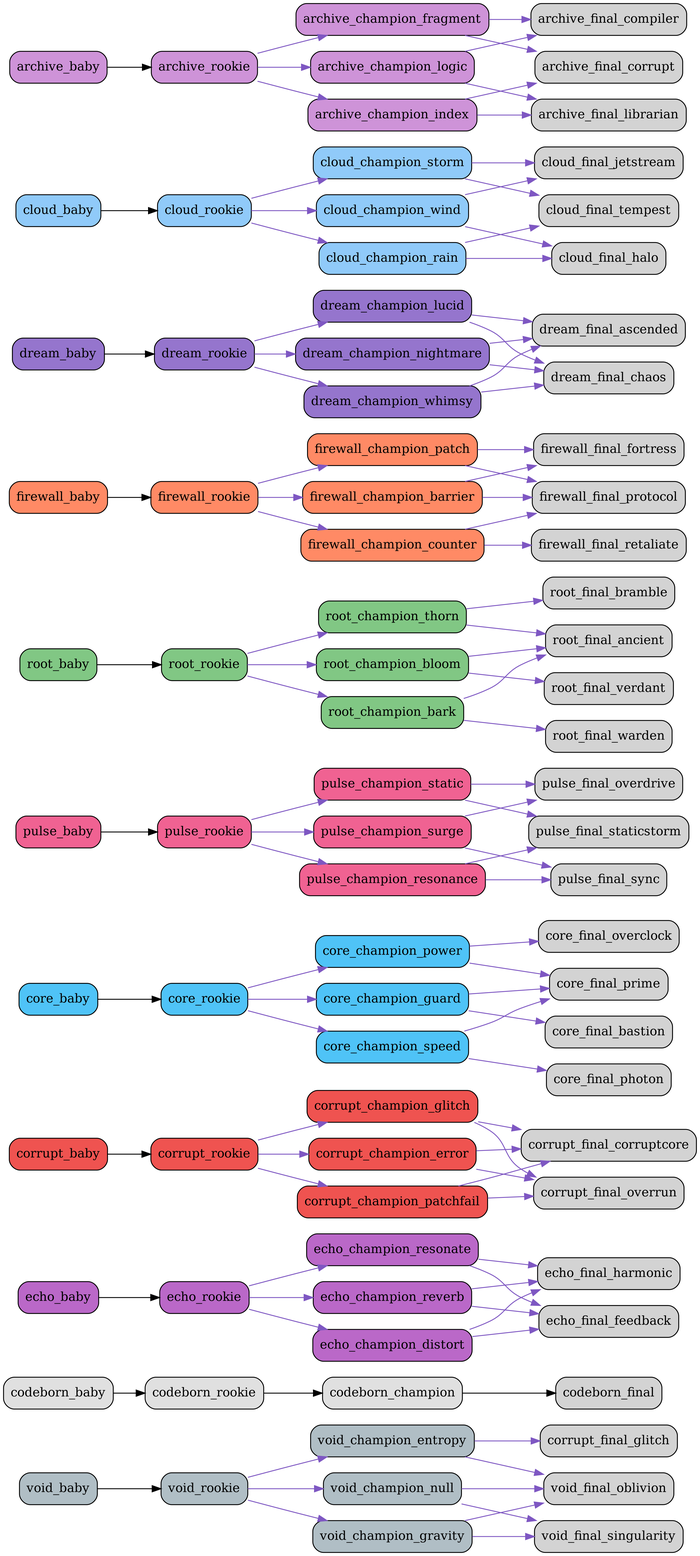
Before: src/netgrid/systems/evolution/graphs/full/evolution_graph.png, a diagram exported from Graphviz (bwlight/NetGrid). Its source is kept beside it as src/netgrid/systems/evolution/graphs/full/evolution_graph.dot.
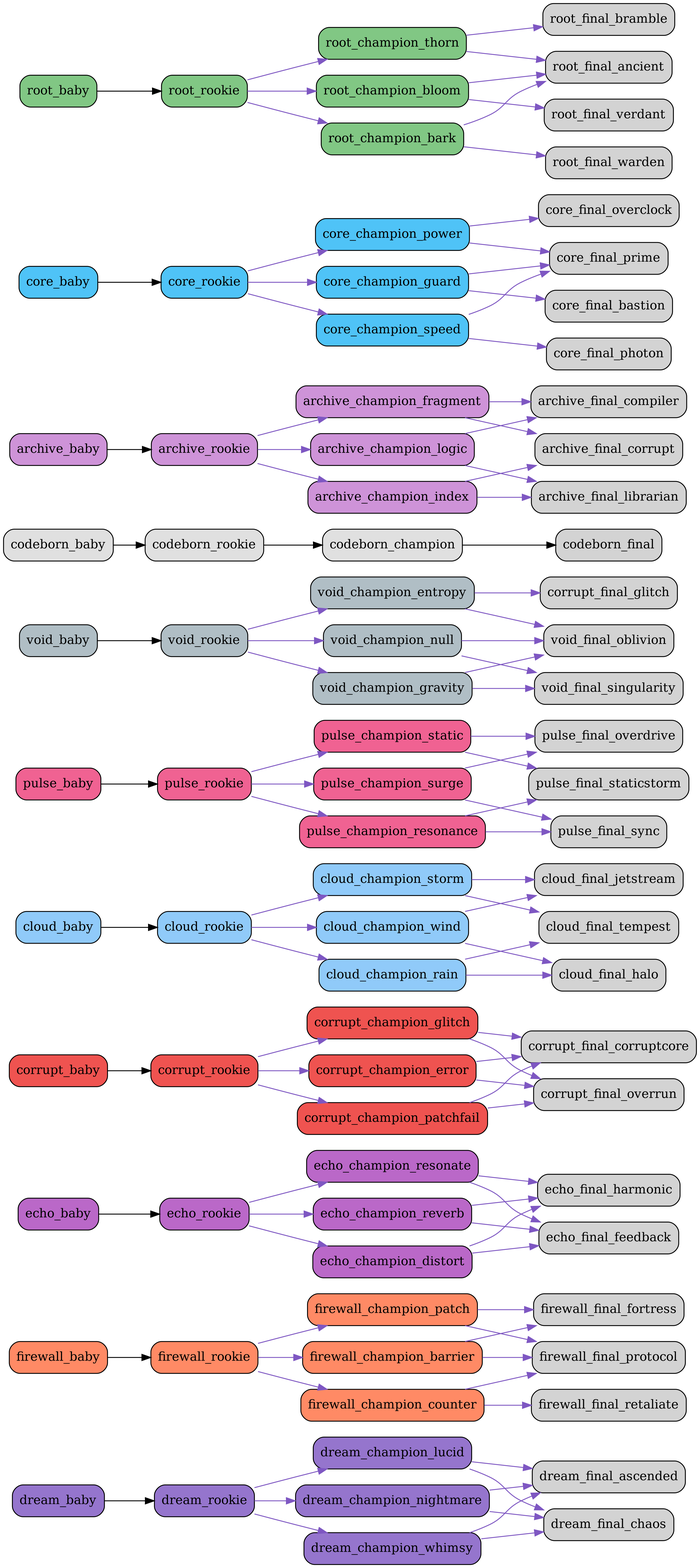
After the change.

Commit message:
Auto-update evolution graphs

What changed in the source:
```diff
@@ -1,27 +1,36 @@
 digraph EvolutionTree {
   rankdir=LR;
   node [shape=box, style="rounded,filled"];
-  "void_baby" [fillcolor="#b0bec5"];
-  "void_baby" -> "void_rookie";
-  "void_rookie" [fillcolor="#b0bec5"];
-  "void_rookie" -> "void_champion_entropy" [color="#7e57c2"];
-  "void_rookie" -> "void_champion_gravity" [color="#7e57c2"];
-  "void_rookie" -> "void_champion_null" [color="#7e57c2"];
-  "void_champion_entropy" [fillcolor="#b0bec5"];
-  "void_champion_entropy" -> "corrupt_final_glitch" [color="#7e57c2"];
-  "void_champion_entropy" -> "void_final_oblivion" [color="#7e57c2"];
-  "void_champion_gravity" [fillcolor="#b0bec5"];
-  "void_champion_gravity" -> "void_final_singularity" [color="#7e57c2"];
-  "void_champion_gravity" -> "void_final_oblivion" [color="#7e57c2"];
-  "void_champion_null" [fillcolor="#b0bec5"];
-  "void_champion_null" -> "void_final_oblivion" [color="#7e57c2"];
-  "void_champion_null" -> "void_final_singularity" [color="#7e57c2"];
-  "codeborn_baby" [fillcolor="#e0e0e0"];
-  "codeborn_baby" -> "codeborn_rookie";
-  "codeborn_rookie" [fillcolor="#e0e0e0"];
-  "codeborn_rookie" -> "codeborn_champion";
-  "codeborn_champion" [fillcolor="#e0e0e0"];
-  "codeborn_champion" -> "codeborn_final";
+  "dream_baby" [fillcolor="#9575cd"];
+  "dream_baby" -> "dream_rookie";
+  "dream_rookie" [fillcolor="#9575cd"];
+  "dream_rookie" -> "dream_champion_lucid" [color="#7e57c2"];
+  "dream_rookie" -> "dream_champion_nightmare" [color="#7e57c2"];
+  "dream_rookie" -> "dream_champion_whimsy" [color="#7e57c2"];
+  "dream_champion_lucid" [fillcolor="#9575cd"];
+  "dream_champion_lucid" -> "dream_final_ascended" [color="#7e57c2"];
+  "dream_champion_lucid" -> "dream_final_chaos" [color="#7e57c2"];
+  "dream_champion_nightmare" [fillcolor="#9575cd"];
+  "dream_champion_nightmare" -> "dream_final_chaos" [color="#7e57c2"];
+  "dream_champion_nightmare" -> "dream_final_ascended" [color="#7e57c2"];
+  "dream_champion_whimsy" [fillcolor="#9575cd"];
+  "dream_champion_whimsy" -> "dream_final_ascended" [color="#7e57c2"];
+  "dream_champion_whimsy" -> "dream_final_chaos" [color="#7e57c2"];
+  "firewall_baby" [fillcolor="#ff8a65"];
+  "firewall_baby" -> "firewall_rookie";
+  "firewall_rookie" [fillcolor="#ff8a65"];
+  "firewall_rookie" -> "firewall_champion_barrier" [color="#7e57c2"];
+  "firewall_rookie" -> "firewall_champion_counter" [color="#7e57c2"];
+  "firewall_rookie" -> "firewall_champion_patch" [color="#7e57c2"];
+  "firewall_champion_barrier" [fillcolor="#ff8a65"];
+  "firewall_champion_barrier" -> "firewall_final_fortress" [color="#7e57c2"];
+  "firewall_champion_barrier" -> "firewall_final_protocol" [color="#7e57c2"];
+  "firewall_champion_counter" [fillcolor="#ff8a65"];
+  "firewall_champion_counter" -> "firewall_final_retaliate" [color="#7e57c2"];
+  "firewall_champion_counter" -> "firewall_final_protocol" [color="#7e57c2"];
+  "firewall_champion_patch" [fillcolor="#ff8a65"];
+  "firewall_champion_patch" -> "firewall_final_protocol" [color="#7e57c2"];
+  "firewall_champion_patch" -> "firewall_final_fortress" [color="#7e57c2"];
   "echo_baby" [fillcolor="#ba68c8"];
   "echo_baby" -> "echo_rookie";
   "echo_rookie" [fillcolor="#ba68c8"];
@@ -52,6 +61,72 @@
   "corrupt_champion_patchfail" [fillcolor="#ef5350"];
   "corrupt_champion_patchfail" -> "corrupt_final_corruptcore" [color="#7e57c2"];
   "corrupt_champion_patchfail" -> "corrupt_final_overrun" [color="#7e57c2"];
+  "cloud_baby" [fillcolor="#90caf9"];
+  "cloud_baby" -> "cloud_rookie";
+  "cloud_rookie" [fillcolor="#90caf9"];
+  "cloud_rookie" -> "cloud_champion_wind" [color="#7e57c2"];
+  "cloud_rookie" -> "cloud_champion_rain" [color="#7e57c2"];
+  "cloud_rookie" -> "cloud_champion_storm" [color="#7e57c2"];
+  "cloud_champion_wind" [fillcolor="#90caf9"];
+  "cloud_champion_wind" -> "cloud_final_jetstream" [color="#7e57c2"];
+  "cloud_champion_wind" -> "cloud_final_halo" [color="#7e57c2"];
+  "cloud_champion_rain" [fillcolor="#90caf9"];
+  "cloud_champion_rain" -> "cloud_final_halo" [color="#7e57c2"];
+  "cloud_champion_rain" -> "cloud_final_tempest" [color="#7e57c2"];
+  "cloud_champion_storm" [fillcolor="#90caf9"];
+  "cloud_champion_storm" -> "cloud_final_tempest" [color="#7e57c2"];
+  "cloud_champion_storm" -> "cloud_final_jetstream" [color="#7e57c2"];
+  "pulse_baby" [fillcolor="#f06292"];
+  "pulse_baby" -> "pulse_rookie";
+  "pulse_rookie" [fillcolor="#f06292"];
+  "pulse_rookie" -> "pulse_champion_surge" [color="#7e57c2"];
+  "pulse_rookie" -> "pulse_champion_resonance" [color="#7e57c2"];
+  "pulse_rookie" -> "pulse_champion_static" [color="#7e57c2"];
+  "pulse_champion_surge" [fillcolor="#f06292"];
+  "pulse_champion_surge" -> "pulse_final_overdrive" [color="#7e57c2"];
+  "pulse_champion_surge" -> "pulse_final_sync" [color="#7e57c2"];
+  "pulse_champion_resonance" [fillcolor="#f06292"];
+  "pulse_champion_resonance" -> "pulse_final_sync" [color="#7e57c2"];
+  "pulse_champion_resonance" -> "pulse_final_staticstorm" [color="#7e57c2"];
+  "pulse_champion_static" [fillcolor="#f06292"];
+  "pulse_champion_static" -> "pulse_final_staticstorm" [color="#7e57c2"];
+  "pulse_champion_static" -> "pulse_final_overdrive" [color="#7e57c2"];
+  "void_baby" [fillcolor="#b0bec5"];
+  "void_baby" -> "void_rookie";
+  "void_rookie" [fillcolor="#b0bec5"];
+  "void_rookie" -> "void_champion_entropy" [color="#7e57c2"];
+  "void_rookie" -> "void_champion_gravity" [color="#7e57c2"];
+  "void_rookie" -> "void_champion_null" [color="#7e57c2"];
+  "void_champion_entropy" [fillcolor="#b0bec5"];
+  "void_champion_entropy" -> "corrupt_final_glitch" [color="#7e57c2"];
+  "void_champion_entropy" -> "void_final_oblivion" [color="#7e57c2"];
+  "void_champion_gravity" [fillcolor="#b0bec5"];
+  "void_champion_gravity" -> "void_final_singularity" [color="#7e57c2"];
+  "void_champion_gravity" -> "void_final_oblivion" [color="#7e57c2"];
+  "void_champion_null" [fillcolor="#b0bec5"];
+  "void_champion_null" -> "void_final_oblivion" [color="#7e57c2"];
+  "void_champion_null" -> "void_final_singularity" [color="#7e57c2"];
+  "codeborn_baby" [fillcolor="#e0e0e0"];
+  "codeborn_baby" -> "codeborn_rookie";
+  "codeborn_rookie" [fillcolor="#e0e0e0"];
+  "codeborn_rookie" -> "codeborn_champion";
+  "codeborn_champion" [fillcolor="#e0e0e0"];
+  "codeborn_champion" -> "codeborn_final";
+  "archive_baby" [fillcolor="#ce93d8"];
+  "archive_baby" -> "archive_rookie";
+  "archive_rookie" [fillcolor="#ce93d8"];
+  "archive_rookie" -> "archive_champion_logic" [color="#7e57c2"];
+  "archive_rookie" -> "archive_champion_index" [color="#7e57c2"];
+  "archive_rookie" -> "archive_champion_fragment" [color="#7e57c2"];
+  "archive_champion_logic" [fillcolor="#ce93d8"];
+  "archive_champion_logic" -> "archive_final_compiler" [color="#7e57c2"];
+  "archive_champion_logic" -> "archive_final_librarian" [color="#7e57c2"];
+  "archive_champion_index" [fillcolor="#ce93d8"];
+  "archive_champion_index" -> "archive_final_librarian" [color="#7e57c2"];
+  "archive_champion_index" -> "archive_final_corrupt" [color="#7e57c2"];
+  "archive_champion_fragment" [fillcolor="#ce93d8"];
+  "archive_champion_fragment" -> "archive_final_corrupt" [color="#7e57c2"];
+  "archive_champion_fragment" -> "archive_final_compiler" [color="#7e57c2"];
   "core_baby" [fillcolor="#4fc3f7"];
   "core_baby" -> "core_rookie";
   "core_rookie" [fillcolor="#4fc3f7"];
@@ -67,21 +142,6 @@
   "core_champion_speed" [fillcolor="#4fc3f7"];
   "core_champion_speed" -> "core_final_photon" [color="#7e57c2"];
   "core_champion_speed" -> "core_final_prime" [color="#7e57c2"];
-  "pulse_baby" [fillcolor="#f06292"];
-  "pulse_baby" -> "pulse_rookie";
-  "pulse_rookie" [fillcolor="#f06292"];
-  "pulse_rookie" -> "pulse_champion_surge" [color="#7e57c2"];
-  "pulse_rookie" -> "pulse_champion_resonance" [color="#7e57c2"];
-  "pulse_rookie" -> "pulse_champion_static" [color="#7e57c2"];
-  "pulse_champion_surge" [fillcolor="#f06292"];
-  "pulse_champion_surge" -> "pulse_final_overdrive" [color="#7e57c2"];
-  "pulse_champion_surge" -> "pulse_final_sync" [color="#7e57c2"];
-  "pulse_champion_resonance" [fillcolor="#f06292"];
-  "pulse_champion_resonance" -> "pulse_final_sync" [color="#7e57c2"];
-  "pulse_champion_resonance" -> "pulse_final_staticstorm" [color="#7e57c2"];
-  "pulse_champion_static" [fillcolor="#f06292"];
-  "pulse_champion_static" -> "pulse_final_staticstorm" [color="#7e57c2"];
-  "pulse_champion_static" -> "pulse_final_overdrive" [color="#7e57c2"];
   "root_baby" [fillcolor="#81c784"];
   "root_baby" -> "root_rookie";
   "root_rookie" [fillcolor="#81c784"];
@@ -97,64 +157,4 @@
   "root_champion_bark" [fillcolor="#81c784"];
   "root_champion_bark" -> "root_final_warden" [color="#7e57c2"];
   "root_champion_bark" -> "root_final_ancient" [color="#7e57c2"];
-  "firewall_baby" [fillcolor="#ff8a65"];
-  "firewall_baby" -> "firewall_rookie";
-  "firewall_rookie" [fillcolor="#ff8a65"];
-  "firewall_rookie" -> "firewall_champion_barrier" [color="#7e57c2"];
-  "firewall_rookie" -> "firewall_champion_counter" [color="#7e57c2"];
-  "firewall_rookie" -> "firewall_champion_patch" [color="#7e57c2"];
-  "firewall_champion_barrier" [fillcolor="#ff8a65"];
-  "firewall_champion_barrier" -> "firewall_final_fortress" [color="#7e57c2"];
-  "firewall_champion_barrier" -> "firewall_final_protocol" [color="#7e57c2"];
-  "firewall_champion_counter" [fillcolor="#ff8a65"];
-  "firewall_champion_counter" -> "firewall_final_retaliate" [color="#7e57c2"];
-  "firewall_champion_counter" -> "firewall_final_protocol" [color="#7e57c2"];
-  "firewall_champion_patch" [fillcolor="#ff8a65"];
-  "firewall_champion_patch" -> "firewall_final_protocol" [color="#7e57c2"];
-  "firewall_champion_patch" -> "firewall_final_fortress" [color="#7e57c2"];
-  "dream_baby" [fillcolor="#9575cd"];
-  "dream_baby" -> "dream_rookie";
-  "dream_rookie" [fillcolor="#9575cd"];
-  "dream_rookie" -> "dream_champion_lucid" [color="#7e57c2"];
-  "dream_rookie" -> "dream_champion_nightmare" [color="#7e57c2"];
-  "dream_rookie" -> "dream_champion_whimsy" [color="#7e57c2"];
-  "dream_champion_lucid" [fillcolor="#9575cd"];
-  "dream_champion_lucid" -> "dream_final_ascended" [color="#7e57c2"];
-  "dream_champion_lucid" -> "dream_final_chaos" [color="#7e57c2"];
-  "dream_champion_nightmare" [fillcolor="#9575cd"];
-  "dream_champion_nightmare" -> "dream_final_chaos" [color="#7e57c2"];
-  "dream_champion_nightmare" -> "dream_final_ascended" [color="#7e57c2"];
-  "dream_champion_whimsy" [fillcolor="#9575cd"];
-  "dream_champion_whimsy" -> "dream_final_ascended" [color="#7e57c2"];
-  "dream_champion_whimsy" -> "dream_final_chaos" [color="#7e57c2"];
-  "cloud_baby" [fillcolor="#90caf9"];
-  "cloud_baby" -> "cloud_rookie";
-  "cloud_rookie" [fillcolor="#90caf9"];
-  "cloud_rookie" -> "cloud_champion_wind" [color="#7e57c2"];
-  "cloud_rookie" -> "cloud_champion_rain" [color="#7e57c2"];
-  "cloud_rookie" -> "cloud_champion_storm" [color="#7e57c2"];
-  "cloud_champion_wind" [fillcolor="#90caf9"];
-  "cloud_champion_wind" -> "cloud_final_jetstream" [color="#7e57c2"];
-  "cloud_champion_wind" -> "cloud_final_halo" [color="#7e57c2"];
-  "cloud_champion_rain" [fillcolor="#90caf9"];
-  "cloud_champion_rain" -> "cloud_final_halo" [color="#7e57c2"];
-  "cloud_champion_rain" -> "cloud_final_tempest" [color="#7e57c2"];
-  "cloud_champion_storm" [fillcolor="#90caf9"];
-  "cloud_champion_storm" -> "cloud_final_tempest" [color="#7e57c2"];
-  "cloud_champion_storm" -> "cloud_final_jetstream" [color="#7e57c2"];
-  "archive_baby" [fillcolor="#ce93d8"];
-  "archive_baby" -> "archive_rookie";
-  "archive_rookie" [fillcolor="#ce93d8"];
-  "archive_rookie" -> "archive_champion_logic" [color="#7e57c2"];
-  "archive_rookie" -> "archive_champion_index" [color="#7e57c2"];
-  "archive_rookie" -> "archive_champion_fragment" [color="#7e57c2"];
-  "archive_champion_logic" [fillcolor="#ce93d8"];
-  "archive_champion_logic" -> "archive_final_compiler" [color="#7e57c2"];
-  "archive_champion_logic" -> "archive_final_librarian" [color="#7e57c2"];
-  "archive_champion_index" [fillcolor="#ce93d8"];
-  "archive_champion_index" -> "archive_final_librarian" [color="#7e57c2"];
-  "archive_champion_index" -> "archive_final_corrupt" [color="#7e57c2"];
-  "archive_champion_fragment" [fillcolor="#ce93d8"];
-  "archive_champion_fragment" -> "archive_final_corrupt" [color="#7e57c2"];
-  "archive_champion_fragment" -> "archive_final_compiler" [color="#7e57c2"];
 }
```
